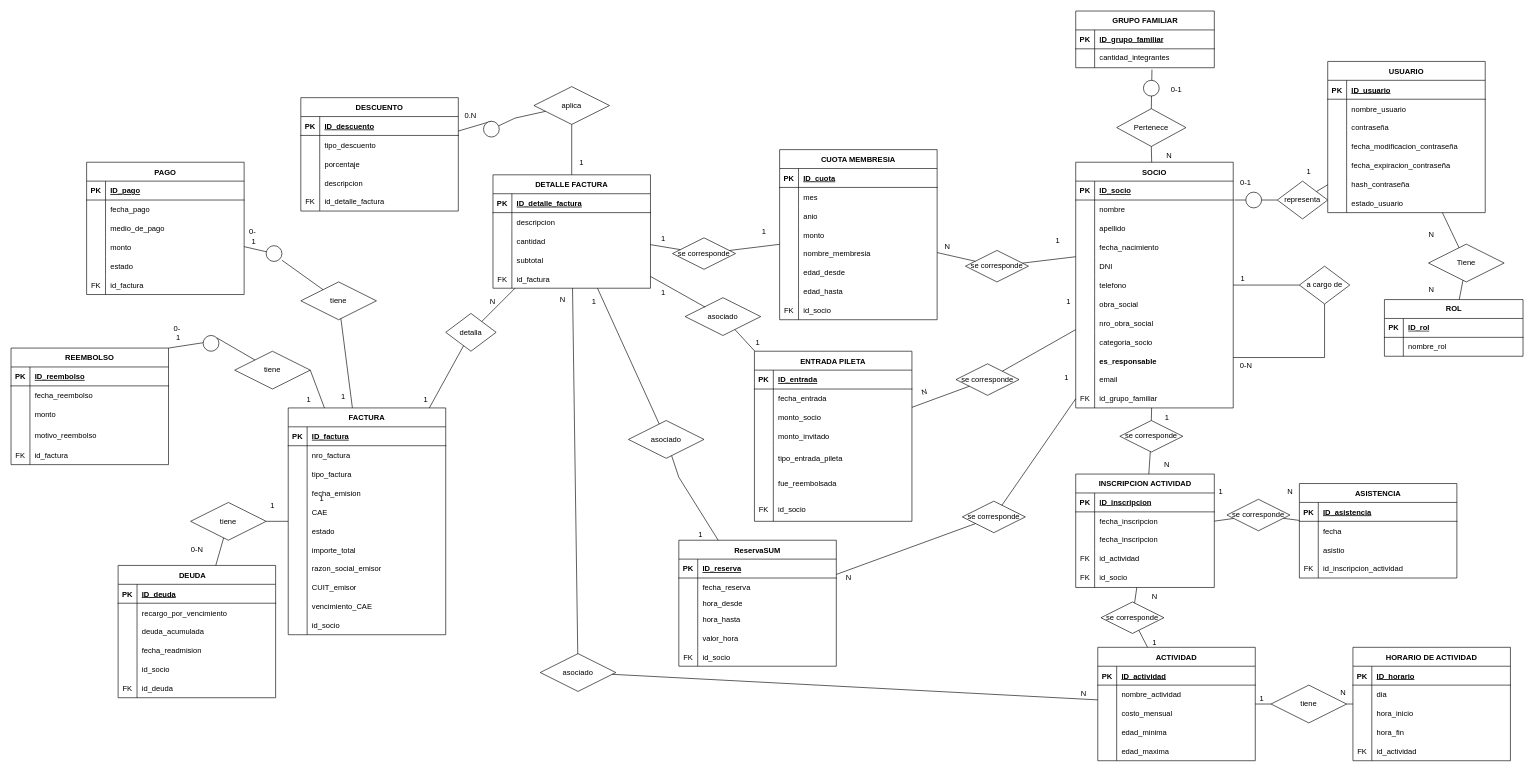
Earlier version of the draw.io diagram der_aprobado_V2.drawio (nicolascatania/tp-bda-grupo-10-unlam). Source tidied: cells renumbered, new cells numbered last; positions are measured from the earlier drawing's top-left corner, leaving out a move shared by most shapes. Both pictures are drawn from the tidied source at 63%, with x=0, y=0 at pixel (11, 11).
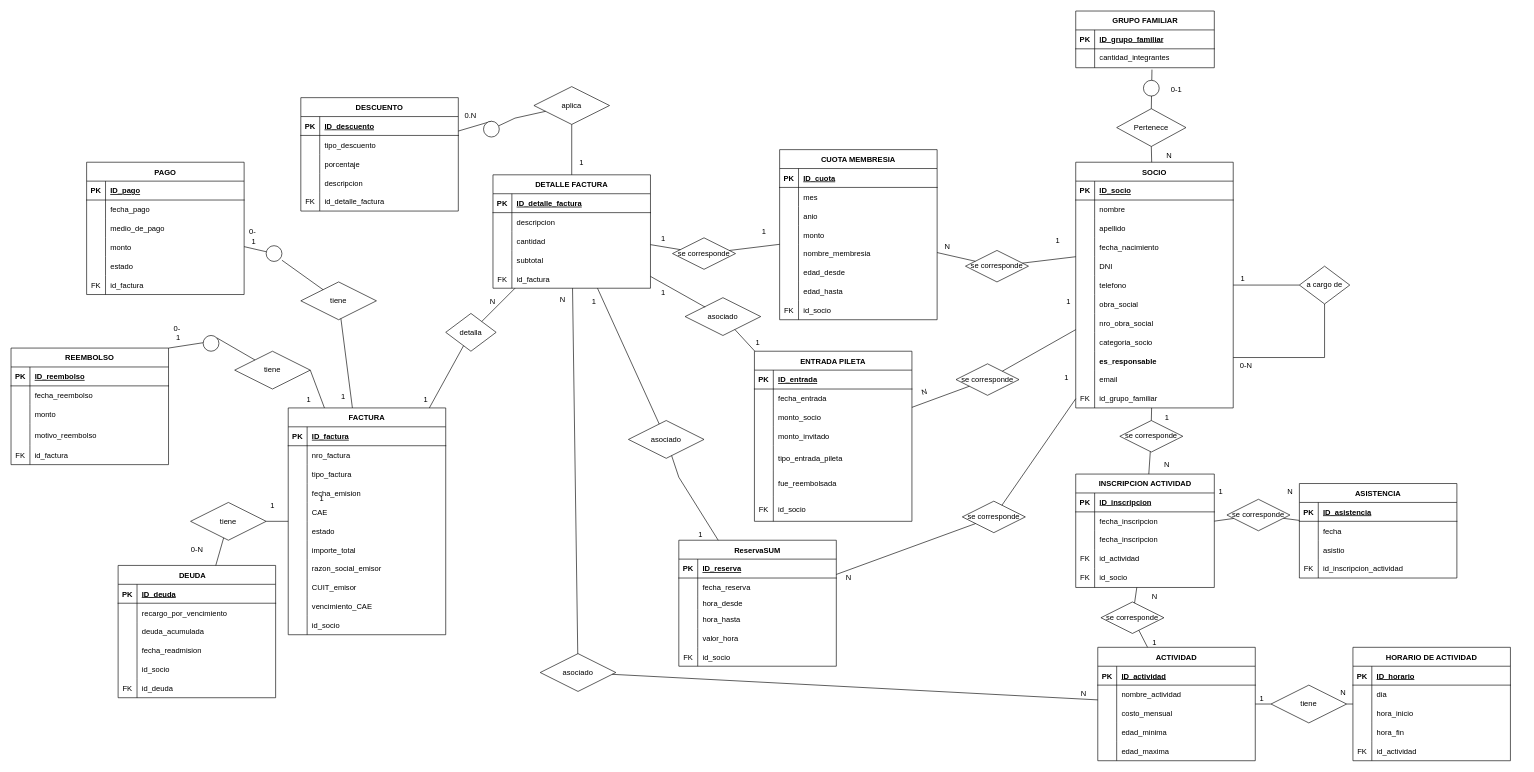
Above is the later version.

Commit message:
cambios en el der v2. solo actualice el modelo eliminando las tablas rol y usuario

Change to the diagram source:
```diff
@@
-    <mxCell id="185" value="USUARIO" style="shape=table;startSize=30;childLayout=tableLayout;rowLines=0;fontStyle=1;align=center;" parent="1" vertex="1">
-      <mxGeometry x="2090" y="80" width="250" height="240" as="geometry" />
-    </mxCell>
-    <mxCell id="186" style="shape=partialRectangle;fillColor=none;top=0;left=0;right=0;bottom=1;" parent="185" vertex="1">
-      <mxGeometry y="30" width="250" height="30" as="geometry" />
-    </mxCell>
-    <mxCell id="187" value="PK" style="shape=partialRectangle;overflow=hidden;fillColor=none;top=0;left=0;bottom=0;right=0;fontStyle=1;" parent="186" vertex="1">
-      <mxGeometry width="30" height="30" as="geometry" />
-    </mxCell>
-    <mxCell id="188" value="ID_usuario" style="shape=partialRectangle;overflow=hidden;fillColor=none;top=0;left=0;bottom=0;right=0;align=left;spacingLeft=6;fontStyle=5;" parent="186" vertex="1">
-      <mxGeometry x="30" width="220" height="30" as="geometry" />
-    </mxCell>
-    <mxCell id="189" style="shape=partialRectangle;fillColor=none;top=0;left=0;right=0;bottom=0;" parent="185" vertex="1">
-      <mxGeometry y="60" width="250" height="30" as="geometry" />
-    </mxCell>
-    <mxCell id="190" style="shape=partialRectangle;overflow=hidden;fillColor=none;top=0;left=0;bottom=0;right=0;" parent="189" vertex="1">
-      <mxGeometry width="30" height="30" as="geometry" />
-    </mxCell>
-    <mxCell id="191" value="nombre_usuario" style="shape=partialRectangle;overflow=hidden;fillColor=none;top=0;left=0;bottom=0;right=0;align=left;spacingLeft=6;" parent="189" vertex="1">
-      <mxGeometry x="30" width="220" height="30" as="geometry" />
-    </mxCell>
-    <mxCell id="192" style="shape=partialRectangle;fillColor=none;top=0;left=0;right=0;bottom=0;" parent="185" vertex="1">
-      <mxGeometry y="90" width="250" height="30" as="geometry" />
-    </mxCell>
-    <mxCell id="193" style="shape=partialRectangle;overflow=hidden;fillColor=none;top=0;left=0;bottom=0;right=0;" parent="192" vertex="1">
-      <mxGeometry width="30" height="30" as="geometry" />
-    </mxCell>
-    <mxCell id="194" value="contraseña" style="shape=partialRectangle;overflow=hidden;fillColor=none;top=0;left=0;bottom=0;right=0;align=left;spacingLeft=6;" parent="192" vertex="1">
-      <mxGeometry x="30" width="220" height="30" as="geometry" />
-    </mxCell>
-    <mxCell id="195" style="shape=partialRectangle;fillColor=none;top=0;left=0;right=0;bottom=0;" parent="185" vertex="1">
-      <mxGeometry y="120" width="250" height="30" as="geometry" />
-    </mxCell>
-    <mxCell id="196" style="shape=partialRectangle;overflow=hidden;fillColor=none;top=0;left=0;bottom=0;right=0;" parent="195" vertex="1">
-      <mxGeometry width="30" height="30" as="geometry" />
-    </mxCell>
-    <mxCell id="197" value="fecha_modificacion_contraseña" style="shape=partialRectangle;overflow=hidden;fillColor=none;top=0;left=0;bottom=0;right=0;align=left;spacingLeft=6;" parent="195" vertex="1">
-      <mxGeometry x="30" width="220" height="30" as="geometry" />
-    </mxCell>
-    <mxCell id="198" style="shape=partialRectangle;fillColor=none;top=0;left=0;right=0;bottom=0;" parent="185" vertex="1">
-      <mxGeometry y="150" width="250" height="30" as="geometry" />
-    </mxCell>
-    <mxCell id="199" style="shape=partialRectangle;overflow=hidden;fillColor=none;top=0;left=0;bottom=0;right=0;" parent="198" vertex="1">
-      <mxGeometry width="30" height="30" as="geometry" />
-    </mxCell>
-    <mxCell id="200" value="fecha_expiracion_contraseña" style="shape=partialRectangle;overflow=hidden;fillColor=none;top=0;left=0;bottom=0;right=0;align=left;spacingLeft=6;" parent="198" vertex="1">
-      <mxGeometry x="30" width="220" height="30" as="geometry" />
-    </mxCell>
-    <mxCell id="201" style="shape=partialRectangle;fillColor=none;top=0;left=0;right=0;bottom=0;" parent="185" vertex="1">
-      <mxGeometry y="180" width="250" height="30" as="geometry" />
-    </mxCell>
-    <mxCell id="202" style="shape=partialRectangle;overflow=hidden;fillColor=none;top=0;left=0;bottom=0;right=0;" parent="201" vertex="1">
-      <mxGeometry width="30" height="30" as="geometry" />
-    </mxCell>
-    <mxCell id="203" value="hash_contraseña" style="shape=partialRectangle;overflow=hidden;fillColor=none;top=0;left=0;bottom=0;right=0;align=left;spacingLeft=6;" parent="201" vertex="1">
-      <mxGeometry x="30" width="220" height="30" as="geometry" />
-    </mxCell>
-    <mxCell id="204" style="shape=partialRectangle;fillColor=none;top=0;left=0;right=0;bottom=0;" parent="185" vertex="1">
-      <mxGeometry y="210" width="250" height="30" as="geometry" />
-    </mxCell>
-    <mxCell id="205" style="shape=partialRectangle;overflow=hidden;fillColor=none;top=0;left=0;bottom=0;right=0;" parent="204" vertex="1">
-      <mxGeometry width="30" height="30" as="geometry" />
-    </mxCell>
-    <mxCell id="206" value="estado_usuario" style="shape=partialRectangle;overflow=hidden;fillColor=none;top=0;left=0;bottom=0;right=0;align=left;spacingLeft=6;" parent="204" vertex="1">
-      <mxGeometry x="30" width="220" height="30" as="geometry" />
-    </mxCell>
-    <mxCell id="207" value="ROL" style="shape=table;startSize=30;childLayout=tableLayout;rowLines=0;fontStyle=1;align=center;html=1;" parent="1" vertex="1">
-      <mxGeometry x="2180" y="458" width="220" height="90" as="geometry" />
-    </mxCell>
-    <mxCell id="208" style="shape=tableRow;horizontal=0;startSize=0;swimlaneHead=0;swimlaneBody=0;fillColor=none;top=0;left=0;right=0;bottom=1;" parent="207" vertex="1">
-      <mxGeometry y="30" width="220" height="30" as="geometry" />
-    </mxCell>
-    <mxCell id="209" value="PK" style="shape=partialRectangle;fillColor=none;top=0;left=0;bottom=0;right=0;fontStyle=1;overflow=hidden;whiteSpace=wrap;html=1;" parent="208" vertex="1">
-      <mxGeometry width="30" height="30" as="geometry" />
-    </mxCell>
-    <mxCell id="210" value="ID_rol" style="shape=partialRectangle;fillColor=none;top=0;left=0;bottom=0;right=0;align=left;spacingLeft=6;fontStyle=5;overflow=hidden;whiteSpace=wrap;html=1;" parent="208" vertex="1">
-      <mxGeometry x="30" width="190" height="30" as="geometry" />
-    </mxCell>
-    <mxCell id="211" style="shape=tableRow;horizontal=0;startSize=0;swimlaneHead=0;swimlaneBody=0;fillColor=none;top=0;left=0;right=0;bottom=0;" parent="207" vertex="1">
-      <mxGeometry y="60" width="220" height="30" as="geometry" />
-    </mxCell>
-    <mxCell id="212" style="shape=partialRectangle;fillColor=none;top=0;left=0;bottom=0;right=0;overflow=hidden;whiteSpace=wrap;html=1;" parent="211" vertex="1">
-      <mxGeometry width="30" height="30" as="geometry" />
-    </mxCell>
-    <mxCell id="213" value="nombre_rol" style="shape=partialRectangle;fillColor=none;top=0;left=0;bottom=0;right=0;align=left;spacingLeft=6;overflow=hidden;whiteSpace=wrap;html=1;" parent="211" vertex="1">
-      <mxGeometry x="30" width="190" height="30" as="geometry" />
-    </mxCell>
@@
-    <mxCell id="230" value="Tiene" style="shape=rhombus;perimeter=rhombusPerimeter;whiteSpace=wrap;html=1;align=center;" parent="1" vertex="1">
-      <mxGeometry x="2250" y="370" width="120" height="60" as="geometry" />
-    </mxCell>
-    <mxCell id="231" style="endArrow=none;html=1;rounded=0;" parent="1" edge="1" source="207" target="230">
-      <mxGeometry relative="1" as="geometry" />
-    </mxCell>
-    <mxCell id="232" style="endArrow=none;html=1;rounded=0;" parent="1" edge="1" source="230" target="185">
-      <mxGeometry relative="1" as="geometry" />
-    </mxCell>
-    <mxCell id="233" value="N" style="text;html=1;align=center;verticalAlign=middle;whiteSpace=wrap;rounded=0;" parent="1" vertex="1">
-      <mxGeometry x="2225" y="428" width="60" height="30" as="geometry" />
-    </mxCell>
-    <mxCell id="234" value="N" style="text;html=1;align=center;verticalAlign=middle;whiteSpace=wrap;rounded=0;" parent="1" vertex="1">
-      <mxGeometry x="2225" y="340" width="60" height="30" as="geometry" />
-    </mxCell>
@@
-    <mxCell id="341" value="representa" style="shape=rhombus;perimeter=rhombusPerimeter;whiteSpace=wrap;html=1;align=center;" parent="1" vertex="1">
-      <mxGeometry x="2010" y="270" width="80" height="60" as="geometry" />
-    </mxCell>
-    <mxCell id="342" style="endArrow=none;html=1;rounded=0;exitX=0;exitY=0.5;exitDx=0;exitDy=0;" parent="1" edge="1" source="366">
-      <mxGeometry relative="1" as="geometry">
-        <mxPoint x="1942" y="300" as="targetPoint" />
-      </mxGeometry>
-    </mxCell>
-    <mxCell id="343" style="endArrow=none;html=1;rounded=0;" parent="1" edge="1" source="185" target="341">
-      <mxGeometry relative="1" as="geometry" />
-    </mxCell>
-    <mxCell id="344" value="0-1" style="text;html=1;align=center;verticalAlign=middle;whiteSpace=wrap;rounded=0;" parent="1" vertex="1">
-      <mxGeometry x="1930" y="257.5" width="60" height="30" as="geometry" />
-    </mxCell>
-    <mxCell id="345" value="1" style="text;html=1;align=center;verticalAlign=middle;whiteSpace=wrap;rounded=0;" parent="1" vertex="1">
-      <mxGeometry x="2030" y="240" width="60" height="30" as="geometry" />
-    </mxCell>
@@
-    <mxCell id="365" style="endArrow=none;html=1;rounded=0;exitX=0;exitY=0.5;exitDx=0;exitDy=0;" parent="1" edge="1" source="341" target="366">
-      <mxGeometry relative="1" as="geometry" />
-    </mxCell>
-    <mxCell id="366" style="ellipse;whiteSpace=wrap;html=1;" parent="1" vertex="1">
-      <mxGeometry x="1960" y="287.5" width="25" height="25" as="geometry" />
-    </mxCell>
```
